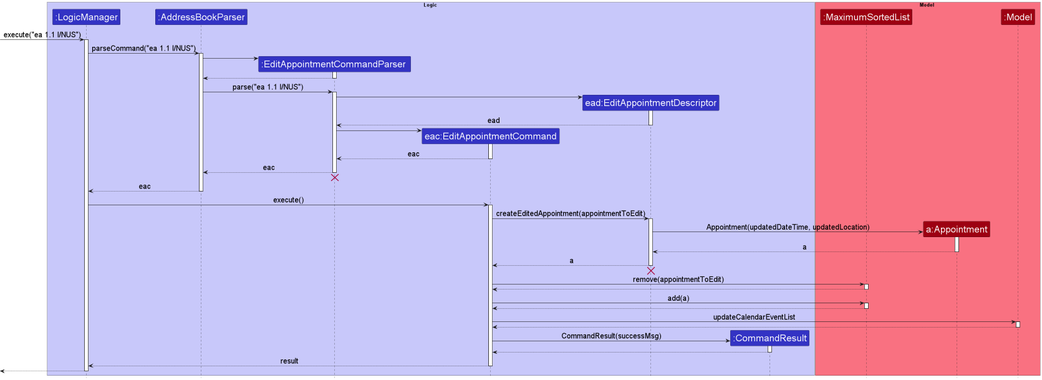
This is docs/images/EditAppointmentCommandSequenceDiagram.png from nus-cs2103-AY2223S1/tp, a PlantUML export, as it was before one commit. Its diagram source:
```plantuml
@startuml
!include style.puml

skinparam ParticipantFontSize 25

skinparam Sequence {
    ArrowFontSize 20
}

box Logic LOGIC_COLOR_T1
participant ":LogicManager" as LogicManager LOGIC_COLOR
participant ":AddressBookParser" as AddressBookParser LOGIC_COLOR
participant ":EditAppointmentCommandParser " as EditAppointmentCommandParser  LOGIC_COLOR
participant "eac:EditAppointmentCommand" as EditAppointmentCommand LOGIC_COLOR
participant "ead:EditAppointmentDescriptor" as EditAppointmentDescriptor LOGIC_COLOR
participant ":CommandResult" as CommandResult LOGIC_COLOR
end box

box Model MODEL_COLOR_T1
participant ":MaximumSortedList" as MaximumSortedList MODEL_COLOR
participant "a:Appointment" as Appointment MODEL_COLOR
participant ":Model" as Model MODEL_COLOR
end box

[-> LogicManager : execute("ea 1.1 l/NUS")
activate LogicManager

LogicManager -> AddressBookParser : parseCommand("ea 1.1 l/NUS")
activate AddressBookParser

create EditAppointmentCommandParser
AddressBookParser -> EditAppointmentCommandParser
activate EditAppointmentCommandParser

EditAppointmentCommandParser  --> AddressBookParser
deactivate EditAppointmentCommandParser

AddressBookParser -> EditAppointmentCommandParser  : parse("ea 1.1 l/NUS")
activate EditAppointmentCommandParser

create EditAppointmentDescriptor
EditAppointmentCommandParser -> EditAppointmentDescriptor :
activate EditAppointmentDescriptor

EditAppointmentDescriptor --> EditAppointmentCommandParser : ead
deactivate EditAppointmentDescriptor

create EditAppointmentCommand
EditAppointmentCommandParser  -> EditAppointmentCommand
activate EditAppointmentCommand

EditAppointmentCommand --> EditAppointmentCommandParser  : eac
deactivate EditAppointmentCommand


EditAppointmentCommandParser  --> AddressBookParser : eac
deactivate EditAppointmentCommandParser
EditAppointmentCommandParser  -[hidden]-> AddressBookParser
destroy EditAppointmentCommandParser

AddressBookParser --> LogicManager : eac
deactivate AddressBookParser

LogicManager -> EditAppointmentCommand : execute()
activate EditAppointmentCommand

EditAppointmentCommand -> EditAppointmentDescriptor : createEditedAppointment(appointmentToEdit)
activate EditAppointmentDescriptor

create Appointment
EditAppointmentDescriptor -> Appointment : Appointment(updatedDateTime, updatedLocation)
activate Appointment

Appointment --> EditAppointmentDescriptor : a
deactivate Appointment

EditAppointmentDescriptor --> EditAppointmentCommand : a
deactivate EditAppointmentDescriptor
EditAppointmentDescriptor  -[hidden]-> EditAppointmentCommand
destroy EditAppointmentDescriptor

EditAppointmentCommand -> MaximumSortedList : remove(appointmentToEdit)
activate MaximumSortedList
MaximumSortedList --> EditAppointmentCommand
deactivate MaximumSortedList
EditAppointmentCommand -> MaximumSortedList : add(a)
activate MaximumSortedList
MaximumSortedList --> EditAppointmentCommand
deactivate MaximumSortedList

EditAppointmentCommand -> Model : updateCalendarEventList
activate Model

Model --> EditAppointmentCommand
deactivate Model

create CommandResult
EditAppointmentCommand -> CommandResult : CommandResult(successMsg)
activate CommandResult

CommandResult --> EditAppointmentCommand
deactivate CommandResult

EditAppointmentCommand --> LogicManager : result
deactivate EditAppointmentCommand

[<--LogicManager
deactivate LogicManager
@enduml
```
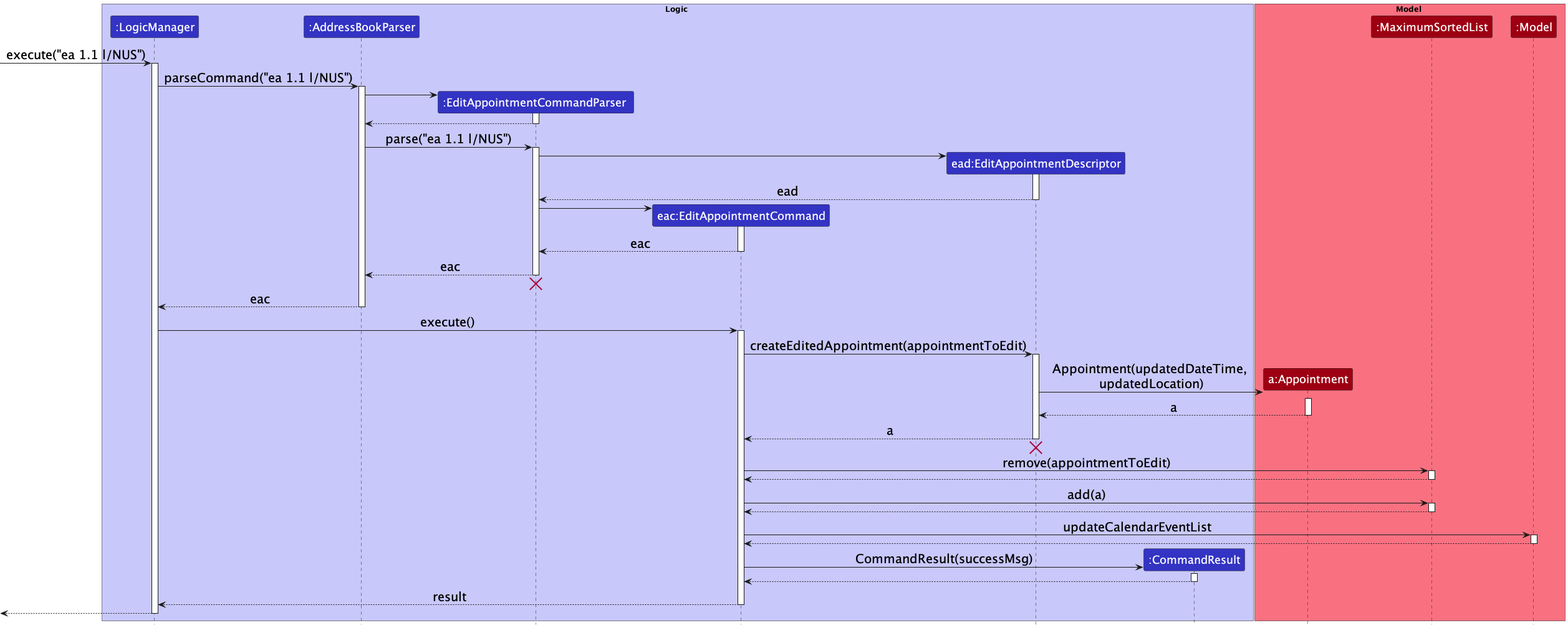
After the change.

What changed in the source:
```diff
@@ -1,7 +1,7 @@
 @startuml
 !include style.puml
 
-skinparam ParticipantFontSize 25
+skinparam ParticipantFontSize 18
 
 skinparam Sequence {
     ArrowFontSize 20
@@ -17,8 +17,8 @@
 end box
 
 box Model MODEL_COLOR_T1
+participant "a:Appointment" as Appointment MODEL_COLOR
 participant ":MaximumSortedList" as MaximumSortedList MODEL_COLOR
-participant "a:Appointment" as Appointment MODEL_COLOR
 participant ":Model" as Model MODEL_COLOR
 end box
 
@@ -68,7 +68,7 @@
 activate EditAppointmentDescriptor
 
 create Appointment
-EditAppointmentDescriptor -> Appointment : Appointment(updatedDateTime, updatedLocation)
+EditAppointmentDescriptor -> Appointment : Appointment(updatedDateTime, \nupdatedLocation)
 activate Appointment
 
 Appointment --> EditAppointmentDescriptor : a
```
